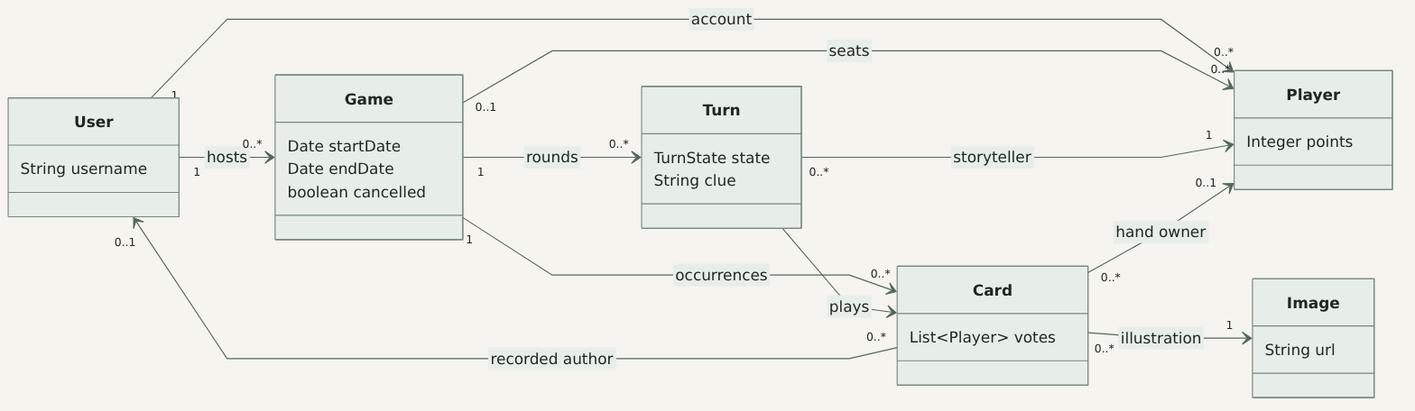
Earlier version of the Mermaid export docs/diagrams/class-diagram.png (NicodAlba/Dixit-online). Its source is kept beside it as docs/diagrams/class-diagram.mmd.
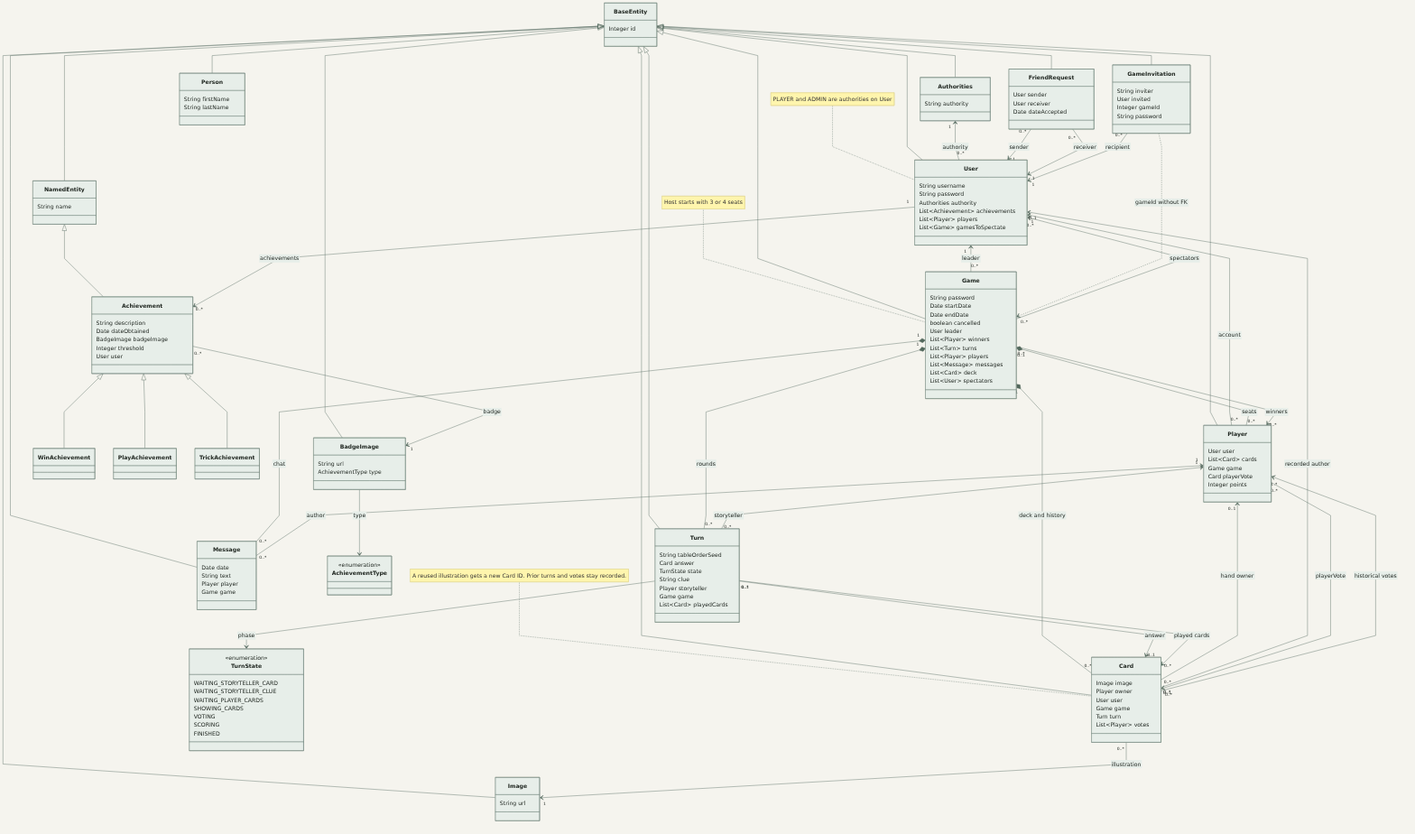
Above is the later version.

The edit, as a diff of the source:
```diff
@@ -1,33 +1,153 @@
 classDiagram
-    direction LR
+    direction TB
     class User {
         String username
+        String password
+        Authorities authority
+        List~Achievement~ achievements
+        List~Player~ players
+        List~Game~ gamesToSpectate
     }
-    class Player {
-        Integer points
+    class Authorities {
+        String authority
     }
     class Game {
+        String password
         Date startDate
         Date endDate
         boolean cancelled
+        User leader
+        List~Player~ winners
+        List~Turn~ turns
+        List~Player~ players
+        List~Message~ messages
+        List~Card~ deck
+        List~User~ spectators
+    }
+    class Player {
+        User user
+        List~Card~ cards
+        Game game
+        Card playerVote
+        Integer points
     }
     class Turn {
+        String tableOrderSeed
+        Card answer
         TurnState state
         String clue
+        Player storyteller
+        Game game
+        List~Card~ playedCards
     }
     class Card {
+        Image image
+        Player owner
+        User user
+        Game game
+        Turn turn
         List~Player~ votes
     }
     class Image {
         String url
     }
-    User "1" --> "0..*" Player : account
-    User "1" --> "0..*" Game : hosts
-    Game "0..1" --> "0..*" Player : seats
-    Game "1" --> "0..*" Turn : rounds
-    Game "1" --> "0..*" Card : occurrences
-    Turn "0..*" --> "1" Player : storyteller
-    Turn --> Card : plays
+    class Message {
+        Date date
+        String text
+        Player player
+        Game game
+    }
+    class FriendRequest {
+        User sender
+        User receiver
+        Date dateAccepted
+    }
+    class GameInvitation {
+        String inviter
+        User invited
+        Integer gameId
+        String password
+    }
+    class Achievement {
+        String description
+        Date dateObtained
+        BadgeImage badgeImage
+        Integer threshold
+        User user
+    }
+    class BadgeImage {
+        String url
+        AchievementType type
+    }
+    class WinAchievement
+    class PlayAchievement
+    class TrickAchievement
+    class BaseEntity {
+        Integer id
+    }
+    class NamedEntity {
+        String name
+    }
+    class Person {
+        String firstName
+        String lastName
+    }
+    class TurnState {
+        <<enumeration>>
+        WAITING_STORYTELLER_CARD
+        WAITING_STORYTELLER_CLUE
+        WAITING_PLAYER_CARDS
+        SHOWING_CARDS
+        VOTING
+        SCORING
+        FINISHED
+    }
+    class AchievementType {
+        <<enumeration>>
+    }
+    BaseEntity <|-- User
+    BaseEntity <|-- Authorities
+    BaseEntity <|-- Game
+    BaseEntity <|-- Player
+    BaseEntity <|-- Turn
+    BaseEntity <|-- Card
+    BaseEntity <|-- Image
+    BaseEntity <|-- Message
+    BaseEntity <|-- FriendRequest
+    BaseEntity <|-- GameInvitation
+    NamedEntity <|-- Achievement
+    BaseEntity <|-- BadgeImage
+    Achievement <|-- WinAchievement
+    Achievement <|-- PlayAchievement
+    Achievement <|-- TrickAchievement
+    BaseEntity <|-- NamedEntity
+    BaseEntity <|-- Person
+    Authorities "1" <-- "0..*" User : authority
+    User "1" <-- "0..*" Game : leader
+    User "1" <-- "0..*" Player : account
+    Game "0..1" *-- "0..*" Player : seats
+    Game "0..*" --> "0..*" Player : winners
+    Game "0..*" --> "0..*" User : spectators
+    Game "1" *-- "0..*" Turn : rounds
+    Game "1" *-- "0..*" Card : deck and history
+    Game "1" *-- "0..*" Message : chat
+    Player "1" <-- "0..*" Message : author
+    Player "1" <-- "0..*" Turn : storyteller
+    Turn "0..*" --> "0..1" Card : answer
+    Turn "0..1" --> "0..*" Card : played cards
+    Player "0..1" <-- "0..*" Card : hand owner
+    User "0..1" <-- "0..*" Card : recorded author
     Card "0..*" --> "1" Image : illustration
-    Card "0..*" --> "0..1" Player : hand owner
-    Card "0..*" --> "0..1" User : recorded author
+    Card "0..*" --> "0..*" Player : historical votes
+    Player "0..*" --> "0..1" Card : playerVote
+    FriendRequest "0..*" --> "1" User : sender
+    FriendRequest "0..*" --> "1" User : receiver
+    GameInvitation "0..*" --> "1" User : recipient
+    GameInvitation ..> Game : gameId without FK
+    User "1" --> "0..*" Achievement : achievements
+    Achievement "0..*" --> "1" BadgeImage : badge
+    note for Game "Host starts with 3 or 4 seats"
+    note for Card "A reused illustration gets a new Card ID. Prior turns and votes stay recorded."
+    note for User "PLAYER and ADMIN are authorities on User"
+    Turn --> TurnState : phase
+    BadgeImage --> AchievementType : type
```
